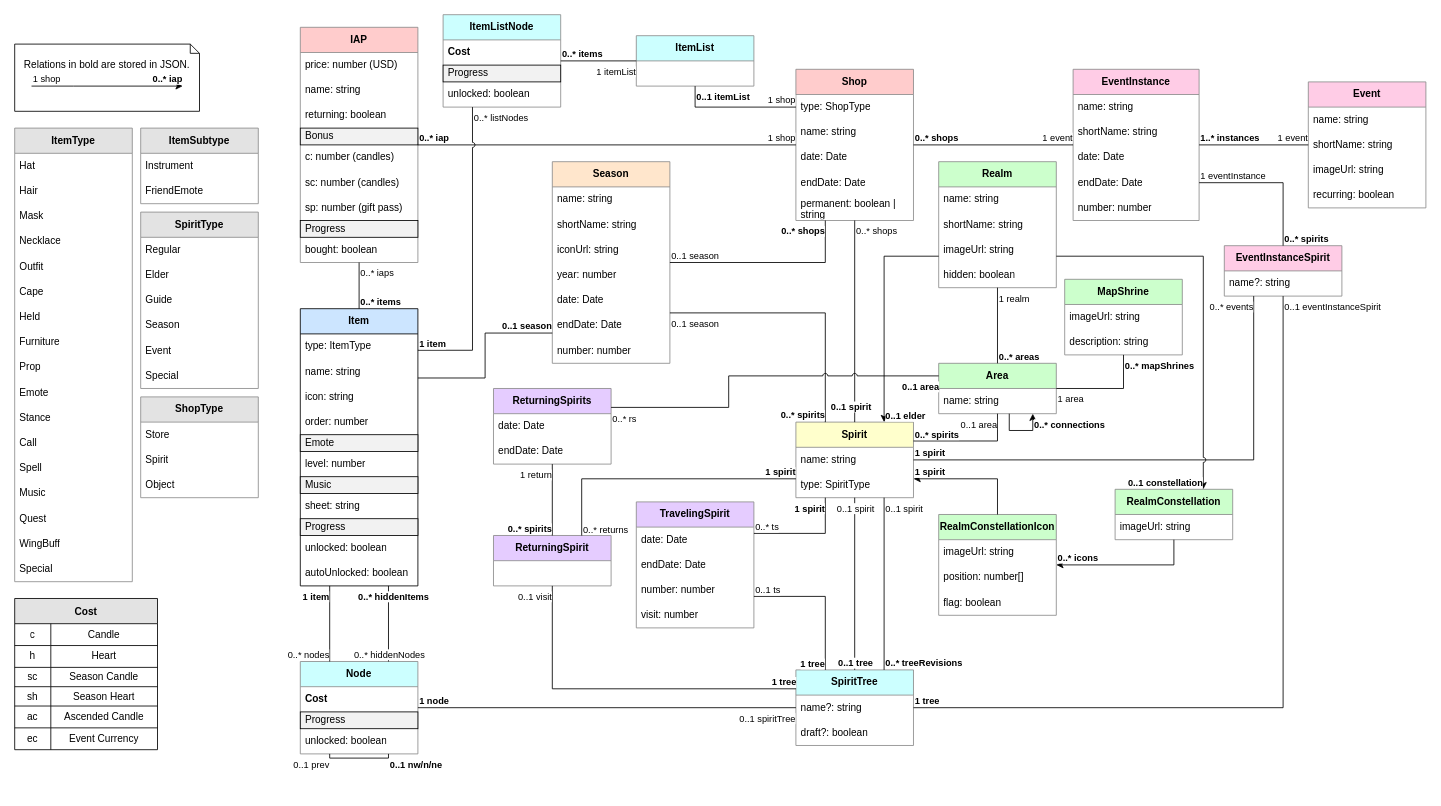
Before: diagrams/SkyPlannerData.drawio in Silverfeelin/SkyGame-Planner, a draw.io diagram. Source tidied: cells renumbered, new cells numbered last; positions are measured from the earlier drawing's top-left corner, leaving out a move shared by most shapes. Both pictures are drawn from the tidied source at 84%, with x=0, y=0 at pixel (14, 14).
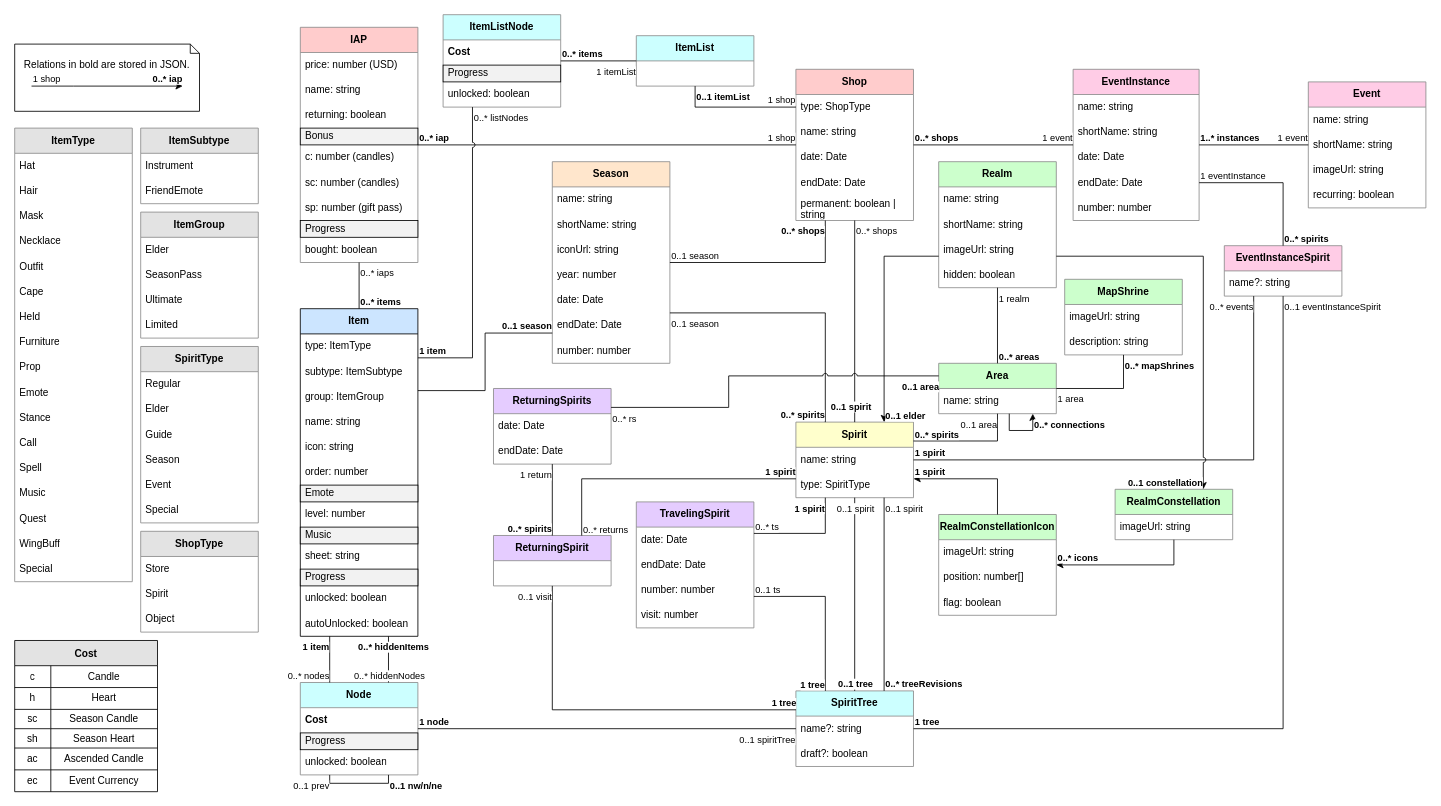
The same diagram, later.

The edit, as a diff of the source:
```diff
@@
     <mxCell id="2" value="Item" style="swimlane;fontStyle=1;horizontal=1;startSize=30;whiteSpace=wrap;html=1;fillColor=#CCE5FF;fillStyle=auto;" parent="1" vertex="1">
-      <mxGeometry x="340" y="350" width="140" height="330" as="geometry" />
+      <mxGeometry x="340" y="350" width="140" height="390" as="geometry" />
     </mxCell>
@@
+    <mxCell id="284" value="subtype: ItemSubtype" style="text;strokeColor=none;fillColor=none;align=left;verticalAlign=middle;spacingLeft=4;spacingRight=4;overflow=hidden;whiteSpace=wrap;html=1;" parent="2" vertex="1">
+      <mxGeometry y="60" width="140" height="30" as="geometry" />
+    </mxCell>
+    <mxCell id="285" value="group: ItemGroup&lt;br&gt;" style="text;strokeColor=none;fillColor=none;align=left;verticalAlign=middle;spacingLeft=4;spacingRight=4;overflow=hidden;whiteSpace=wrap;html=1;" parent="2" vertex="1">
+      <mxGeometry y="90" width="140" height="30" as="geometry" />
+    </mxCell>
     <mxCell id="4" value="name: string" style="text;strokeColor=none;fillColor=none;align=left;verticalAlign=middle;spacingLeft=4;spacingRight=4;overflow=hidden;whiteSpace=wrap;html=1;" parent="2" vertex="1">
-      <mxGeometry y="60" width="140" height="30" as="geometry" />
+      <mxGeometry y="120" width="140" height="30" as="geometry" />
     </mxCell>
     <mxCell id="5" value="icon: string" style="text;strokeColor=none;fillColor=none;align=left;verticalAlign=middle;spacingLeft=4;spacingRight=4;overflow=hidden;whiteSpace=wrap;html=1;" parent="2" vertex="1">
-      <mxGeometry y="90" width="140" height="30" as="geometry" />
+      <mxGeometry y="150" width="140" height="30" as="geometry" />
     </mxCell>
     <mxCell id="6" value="order: number" style="text;strokeColor=none;fillColor=none;align=left;verticalAlign=middle;spacingLeft=4;spacingRight=4;overflow=hidden;whiteSpace=wrap;html=1;" parent="2" vertex="1">
-      <mxGeometry y="120" width="140" height="30" as="geometry" />
+      <mxGeometry y="180" width="140" height="30" as="geometry" />
     </mxCell>
     <mxCell id="7" value="Emote" style="text;strokeColor=default;fillColor=#F2F2F2;align=left;verticalAlign=middle;spacingLeft=4;spacingRight=4;overflow=hidden;whiteSpace=wrap;html=1;" parent="2" vertex="1">
-      <mxGeometry y="150" width="140" height="20" as="geometry" />
+      <mxGeometry y="210" width="140" height="20" as="geometry" />
     </mxCell>
     <mxCell id="8" value="level: number" style="text;strokeColor=none;fillColor=none;align=left;verticalAlign=middle;spacingLeft=4;spacingRight=4;overflow=hidden;whiteSpace=wrap;html=1;" parent="2" vertex="1">
-      <mxGeometry y="170" width="140" height="30" as="geometry" />
+      <mxGeometry y="230" width="140" height="30" as="geometry" />
     </mxCell>
     <mxCell id="9" value="Music" style="text;strokeColor=default;fillColor=#F2F2F2;align=left;verticalAlign=middle;spacingLeft=4;spacingRight=4;overflow=hidden;whiteSpace=wrap;html=1;" parent="2" vertex="1">
-      <mxGeometry y="200" width="140" height="20" as="geometry" />
+      <mxGeometry y="260" width="140" height="20" as="geometry" />
     </mxCell>
     <mxCell id="10" value="sheet: string" style="text;strokeColor=none;fillColor=none;align=left;verticalAlign=middle;spacingLeft=4;spacingRight=4;overflow=hidden;whiteSpace=wrap;html=1;" parent="2" vertex="1">
-      <mxGeometry y="220" width="140" height="30" as="geometry" />
+      <mxGeometry y="280" width="140" height="30" as="geometry" />
     </mxCell>
     <mxCell id="11" value="Progress" style="text;strokeColor=default;fillColor=#F2F2F2;align=left;verticalAlign=middle;spacingLeft=4;spacingRight=4;overflow=hidden;whiteSpace=wrap;html=1;" parent="2" vertex="1">
-      <mxGeometry y="250" width="140" height="20" as="geometry" />
+      <mxGeometry y="310" width="140" height="20" as="geometry" />
     </mxCell>
     <mxCell id="12" value="unlocked: boolean" style="text;strokeColor=none;fillColor=none;align=left;verticalAlign=middle;spacingLeft=4;spacingRight=4;overflow=hidden;whiteSpace=wrap;html=1;" parent="2" vertex="1">
-      <mxGeometry y="270" width="140" height="30" as="geometry" />
+      <mxGeometry y="330" width="140" height="30" as="geometry" />
     </mxCell>
     <mxCell id="13" value="autoUnlocked: boolean" style="text;strokeColor=none;fillColor=none;align=left;verticalAlign=middle;spacingLeft=4;spacingRight=4;overflow=hidden;whiteSpace=wrap;html=1;" parent="2" vertex="1">
-      <mxGeometry y="300" width="140" height="30" as="geometry" />
+      <mxGeometry y="360" width="140" height="30" as="geometry" />
     </mxCell>
@@
     <mxCell id="32" value="Node" style="swimlane;fontStyle=1;horizontal=1;startSize=30;whiteSpace=wrap;html=1;fillStyle=auto;strokeColor=#8C8C8C;fillColor=#CCFFFF;" parent="1" vertex="1">
-      <mxGeometry x="340" y="770" width="140" height="110" as="geometry" />
+      <mxGeometry x="340" y="795" width="140" height="110" as="geometry" />
     </mxCell>
@@
     <mxCell id="76" value="SpiritTree" style="swimlane;fontStyle=1;horizontal=1;startSize=30;whiteSpace=wrap;html=1;fillStyle=auto;strokeColor=#8C8C8C;fillColor=#CCFFFF;" parent="1" vertex="1">
-      <mxGeometry x="930" y="780" width="140" height="90" as="geometry" />
+      <mxGeometry x="930" y="805" width="140" height="90" as="geometry" />
     </mxCell>
@@
     <mxCell id="123" style="endArrow=none;html=1;rounded=0;edgeStyle=orthogonalEdgeStyle;elbow=vertical;endFill=0;exitX=0.25;exitY=1;exitDx=0;exitDy=0;entryX=0.75;entryY=1;entryDx=0;entryDy=0;" parent="1" edge="1" source="32" target="32">
       <mxGeometry relative="1" as="geometry">
         <Array as="points">
-          <mxPoint x="375" y="885" />
-          <mxPoint x="445" y="885" />
+          <mxPoint x="375" y="915" />
+          <mxPoint x="445" y="915" />
         </Array>
       </mxGeometry>
     </mxCell>
@@
     <mxCell id="197" value="Cost" style="shape=table;startSize=30;childLayout=tableLayout;strokeColor=default;fontSize=12;fillColor=#E3E3E3;fontStyle=1;" parent="1" vertex="1">
-      <mxGeometry y="695" width="170" height="180" as="geometry" />
+      <mxGeometry y="745" width="170" height="180" as="geometry" />
     </mxCell>
@@
     <mxCell id="219" value="SpiritType" style="swimlane;fontStyle=1;horizontal=1;startSize=30;whiteSpace=wrap;html=1;fillStyle=auto;strokeColor=#8C8C8C;fillColor=#E3E3E3;" parent="1" vertex="1">
-      <mxGeometry x="150" y="235" width="140" height="210" as="geometry" />
+      <mxGeometry x="150" y="395" width="140" height="210" as="geometry" />
     </mxCell>
@@
     <mxCell id="226" value="ShopType" style="swimlane;fontStyle=1;horizontal=1;startSize=30;whiteSpace=wrap;html=1;fillStyle=auto;strokeColor=#8C8C8C;fillColor=#E3E3E3;" parent="1" vertex="1">
-      <mxGeometry x="150" y="455" width="140" height="120" as="geometry" />
+      <mxGeometry x="150" y="615" width="140" height="120" as="geometry" />
     </mxCell>
@@
+    <mxCell id="286" value="ItemGroup" style="swimlane;fontStyle=1;horizontal=1;startSize=30;whiteSpace=wrap;html=1;fillStyle=auto;strokeColor=#8C8C8C;fillColor=#E3E3E3;" parent="1" vertex="1">
+      <mxGeometry x="150" y="235" width="140" height="150" as="geometry" />
+    </mxCell>
+    <mxCell id="287" value="Elder" style="text;strokeColor=none;fillColor=none;align=left;verticalAlign=middle;spacingLeft=4;spacingRight=4;overflow=hidden;whiteSpace=wrap;html=1;fillStyle=auto;" parent="286" vertex="1">
+      <mxGeometry y="30" width="140" height="30" as="geometry" />
+    </mxCell>
+    <mxCell id="288" value="SeasonPass" style="text;strokeColor=none;fillColor=none;align=left;verticalAlign=middle;spacingLeft=4;spacingRight=4;overflow=hidden;whiteSpace=wrap;html=1;fillStyle=auto;" parent="286" vertex="1">
+      <mxGeometry y="60" width="140" height="30" as="geometry" />
+    </mxCell>
+    <mxCell id="289" value="Ultimate" style="text;strokeColor=none;fillColor=none;align=left;verticalAlign=middle;spacingLeft=4;spacingRight=4;overflow=hidden;whiteSpace=wrap;html=1;fillStyle=auto;" parent="286" vertex="1">
+      <mxGeometry y="90" width="140" height="30" as="geometry" />
+    </mxCell>
+    <mxCell id="290" value="Limited" style="text;strokeColor=none;fillColor=none;align=left;verticalAlign=middle;spacingLeft=4;spacingRight=4;overflow=hidden;whiteSpace=wrap;html=1;fillStyle=auto;" parent="286" vertex="1">
+      <mxGeometry y="120" width="140" height="30" as="geometry" />
+    </mxCell>
```
